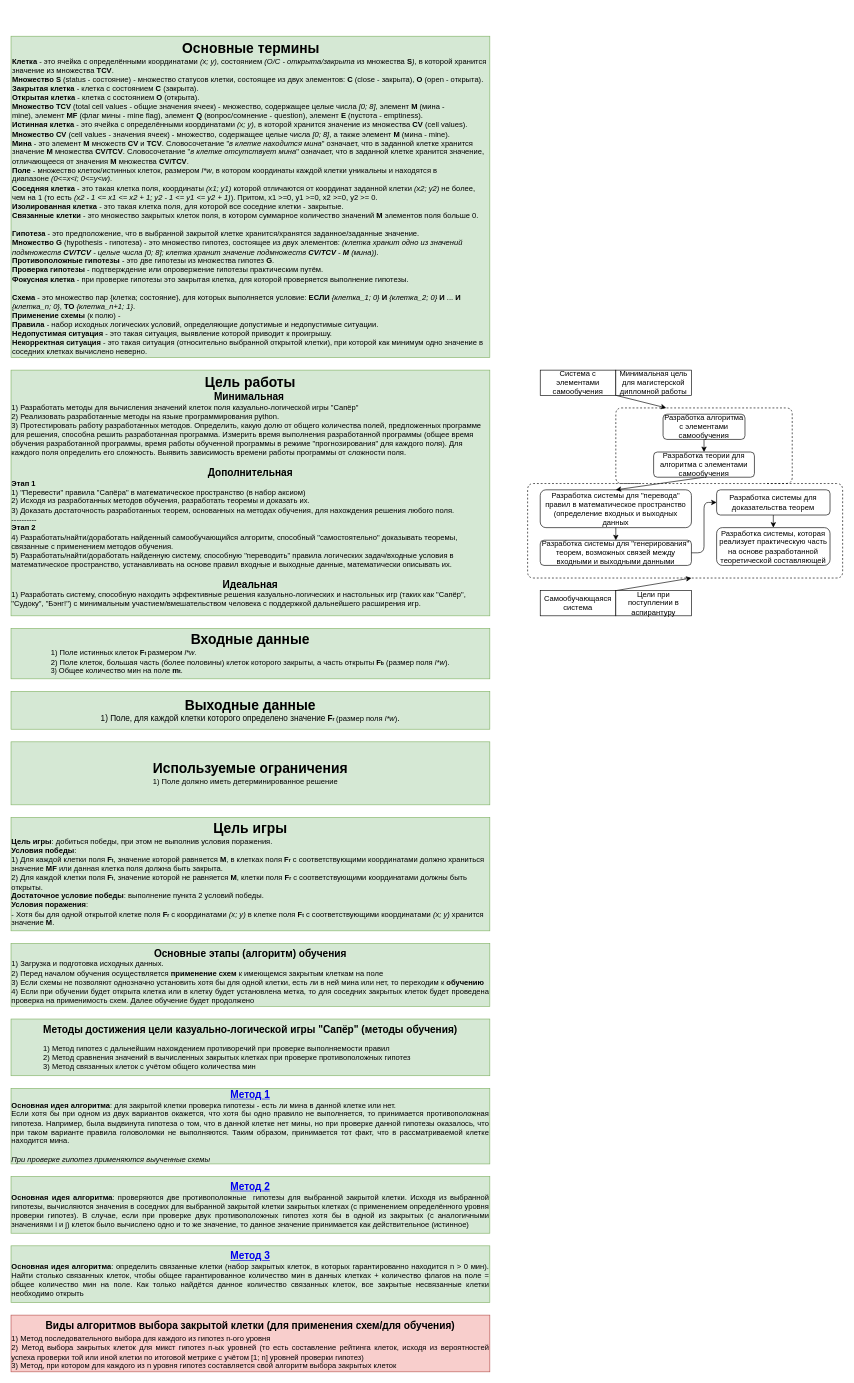
Earlier version of the draw.io diagram page "Основные данные" (2 of 13) of docs/Сапёр. Описание работы.drawio (xex238/Diploma_2022). Source tidied: cells renumbered, new cells numbered last; positions are measured from the earlier drawing's top-left corner, leaving out a move shared by most shapes. Both pictures are drawn from the tidied source at 63%, with x=0, y=0 at pixel (11, 36).
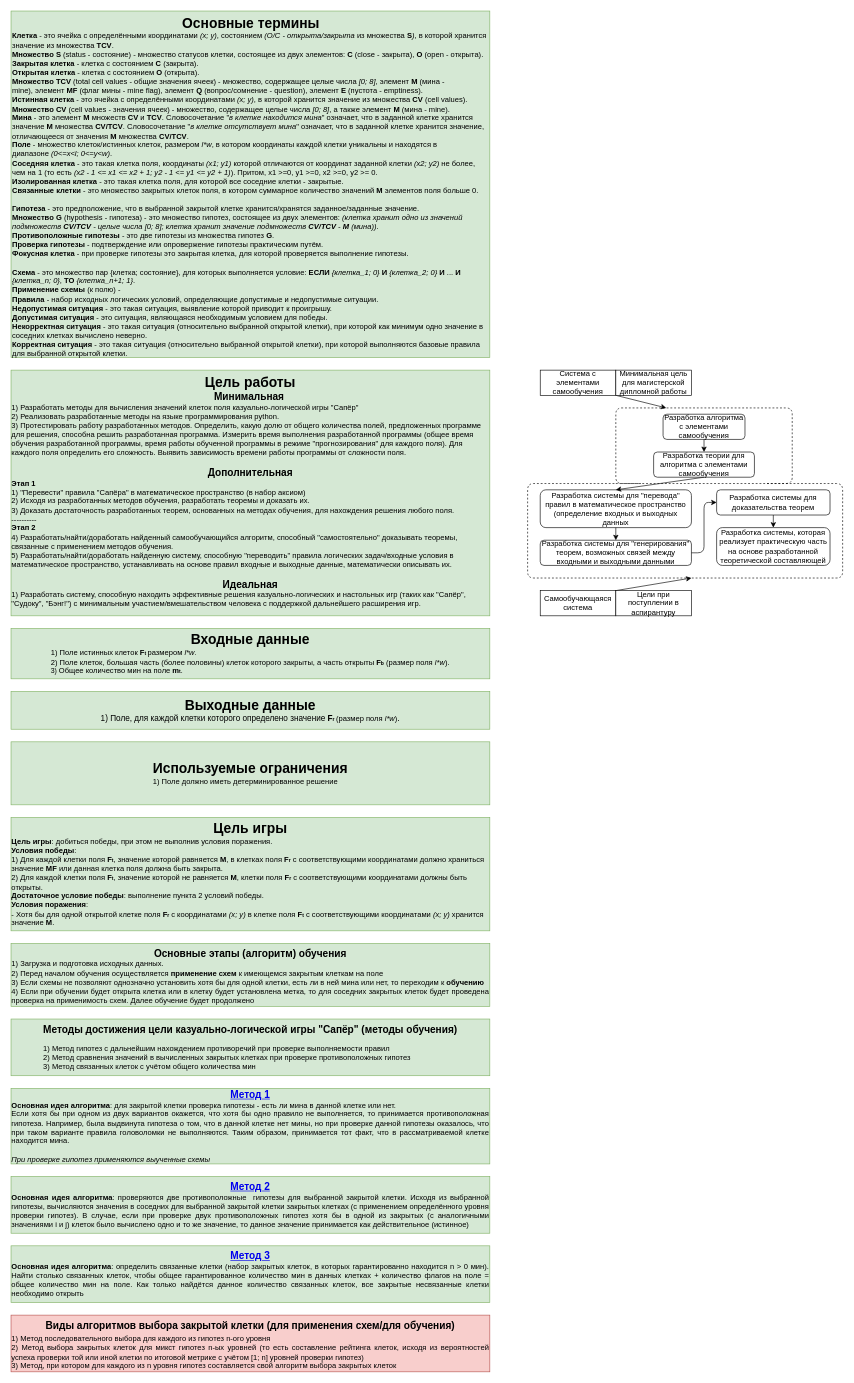
The same page after the edit.

Commit message (it also covers changes not shown here):
Обновлены тезисы. Добавлены небольшие корректировки в drawio файл

Change to the diagram source:
```diff
@@
-    <mxCell id="2" value="&lt;div style=&quot;text-align: center&quot;&gt;&lt;span&gt;&lt;font style=&quot;font-size: 22px&quot;&gt;&lt;b&gt;Основные термины&lt;/b&gt;&lt;/font&gt;&lt;/span&gt;&lt;/div&gt;&lt;b&gt;Клетка&lt;/b&gt;&amp;nbsp;- это ячейка с определёнными координатами &lt;i&gt;(x; y)&lt;/i&gt;, состоянием &lt;i&gt;(O/C - открыта/закрыта &lt;/i&gt;из множества &lt;b&gt;S&lt;/b&gt;&lt;i&gt;)&lt;/i&gt;, в которой хранится значение из множества &lt;b&gt;TCV&lt;/b&gt;.&lt;br&gt;&lt;b&gt;Множество S&lt;/b&gt;&amp;nbsp;(status - состояние) - множество статусов клетки, состоящее из двух элементов:&amp;nbsp;&lt;b&gt;C&lt;/b&gt;&amp;nbsp;(close - закрыта),&amp;nbsp;&lt;b&gt;O&lt;/b&gt;&amp;nbsp;(open - открыта).&lt;br&gt;&lt;b&gt;Закрытая клетка&lt;/b&gt;&amp;nbsp;- клетка с состоянием&amp;nbsp;&lt;b&gt;C&lt;/b&gt;&amp;nbsp;(закрыта).&lt;br&gt;&lt;b&gt;Открытая клетка&lt;/b&gt;&amp;nbsp;- клетка с состоянием&amp;nbsp;&lt;b&gt;O&lt;/b&gt;&amp;nbsp;(открыта).&lt;br&gt;&lt;b&gt;Множество TCV&amp;nbsp;&lt;/b&gt;(total cell values - общие значения ячеек)&amp;nbsp;- множество, содержащее целые числа&amp;nbsp;&lt;i&gt;[0; 8]&lt;/i&gt;, элемент &lt;b&gt;M&lt;/b&gt;&amp;nbsp;(мина - mine),&amp;nbsp;элемент &lt;b&gt;MF&lt;/b&gt; (флаг мины - mine flag), элемент &lt;b&gt;Q&lt;/b&gt; (вопрос/сомнение - question), элемент &lt;b&gt;E&lt;/b&gt; (пустота - emptiness).&lt;br&gt;&lt;b&gt;Истинная клетка&lt;/b&gt; - это ячейка с определёнными координатами&amp;nbsp;&lt;i&gt;(x; y)&lt;/i&gt;, в которой хранится значение из множества&amp;nbsp;&lt;b&gt;CV&amp;nbsp;&lt;/b&gt;(cell values).&lt;br&gt;&lt;b&gt;Множество CV&lt;/b&gt;&amp;nbsp;(cell values - значения ячеек)&amp;nbsp;- множество, содержащее целые числа &lt;i&gt;[0; 8]&lt;/i&gt;, а также элемент &lt;b&gt;M&lt;/b&gt; (мина - mine).&lt;br&gt;&lt;b&gt;Мина&lt;/b&gt; - это элемент &lt;b&gt;M&lt;/b&gt; множеств&amp;nbsp;&lt;b&gt;СV &lt;/b&gt;и&lt;b&gt; TCV&lt;/b&gt;. Словосочетание &quot;&lt;i&gt;в клетке находится мина&lt;/i&gt;&quot; означает, что в заданной клетке хранится значение &lt;b&gt;M&lt;/b&gt; множества &lt;b&gt;СV/TCV&lt;/b&gt;. Словосочетание &quot;&lt;i&gt;в клетке отсутствует мина&lt;/i&gt;&quot; означает, что в заданной клетке хранится значение, отличающееся от значения &lt;b&gt;M&lt;/b&gt; множества &lt;b&gt;СV/TCV&lt;/b&gt;.&lt;br&gt;&lt;b&gt;Поле&lt;/b&gt;&amp;nbsp;- множество клеток/истинных клеток, размером &lt;i&gt;l*w&lt;/i&gt;, в котором координаты каждой клетки уникальны и находятся в диапазоне&amp;nbsp;&lt;i&gt;(0&amp;lt;=x&amp;lt;l; 0&amp;lt;=y&amp;lt;w)&lt;/i&gt;.&lt;br&gt;&lt;b&gt;Соседняя клетка&lt;/b&gt;&amp;nbsp;- это такая клетка поля, координаты &lt;i&gt;(x1; y1)&lt;/i&gt; которой отличаются от координат заданной клетки &lt;i&gt;(x2; y2)&lt;/i&gt; не более, чем на 1 (то есть &lt;i&gt;(x2 - 1 &amp;lt;= x1 &amp;lt;= x2 + 1; y2 - 1 &amp;lt;= y1 &amp;lt;= y2 + 1)&lt;/i&gt;). Притом, x1 &amp;gt;=0, y1 &amp;gt;=0, x2 &amp;gt;=0, y2 &amp;gt;= 0.&lt;br&gt;&lt;b&gt;Изолированная клетка&lt;/b&gt;&amp;nbsp;- это такая клетка поля, для которой все соседние клетки - закрытые.&lt;br&gt;&lt;b&gt;Связанные клетки&lt;/b&gt;&amp;nbsp;- это множество закрытых клеток поля, в котором суммарное количество значений&amp;nbsp;&lt;b&gt;M&lt;/b&gt;&amp;nbsp;элементов поля больше 0.&lt;br&gt;&lt;b&gt;&lt;br&gt;Гипотеза &lt;/b&gt;- это предположение, что в выбранной закрытой клетке хранится/хранятся заданное/заданные значение.&lt;br&gt;&lt;b&gt;Множество G &lt;/b&gt;(hypothesis - гипотеза)&lt;b&gt;&amp;nbsp;&lt;/b&gt;- это множество гипотез, состоящее из двух элементов: &lt;i&gt;(клетка хранит одно из значений подмножеств&amp;nbsp;&lt;b&gt;СV/TCV&lt;/b&gt; - целые числа [0; 8]; клетка хранит значение подмножеств&amp;nbsp;&lt;b&gt;СV/TCV&lt;/b&gt; - &lt;b&gt;M&lt;/b&gt; (мина))&lt;/i&gt;.&lt;br&gt;&lt;b&gt;Противоположные гипотезы&lt;/b&gt;&amp;nbsp;- это две гипотезы из множества гипотез&amp;nbsp;&lt;b&gt;G&lt;/b&gt;.&lt;br&gt;&lt;b&gt;Проверка гипотезы&lt;/b&gt; - подтверждение или опровержение гипотезы практическим путём.&lt;br&gt;&lt;b&gt;Фокусная клетка&amp;nbsp;&lt;/b&gt;- при проверке гипотезы это закрытая клетка, для которой проверяется выполнение гипотезы.&lt;br&gt;&lt;br&gt;&lt;b&gt;Схема&lt;/b&gt;&amp;nbsp;- это множество пар {клетка; состояние}, для которых выполняется условие: &lt;b&gt;ЕСЛИ&lt;/b&gt; &lt;i&gt;{клетка_1; 0}&lt;/i&gt; &lt;b&gt;И&lt;/b&gt; &lt;i&gt;{клетка_2; 0}&lt;/i&gt; &lt;b&gt;И&lt;/b&gt; ... &lt;b&gt;И&lt;/b&gt; &lt;i&gt;{клетка_n; 0}&lt;/i&gt;, &lt;b&gt;ТО&lt;/b&gt; &lt;i&gt;{клетка_n+1; 1}&lt;/i&gt;.&lt;br&gt;&lt;b&gt;Применение схемы&lt;/b&gt; (к полю) -&amp;nbsp;&lt;br&gt;&lt;b&gt;Правила&lt;/b&gt; - набор исходных логических условий, определяющие допустимые и недопустимые ситуации.&lt;br&gt;&lt;b&gt;Недопустимая ситуация&lt;/b&gt; - это такая ситуация, выявление которой приводит к проигрышу.&lt;br&gt;&lt;b&gt;Некорректная ситуация&lt;/b&gt; - это такая ситуация (относительно выбранной открытой клетки), при которой как минимум одно значение в соседних клетках вычислено неверно." style="text;html=1;align=left;verticalAlign=top;whiteSpace=wrap;rounded=0;fillColor=#d5e8d4;strokeColor=#82b366;" parent="1" vertex="1">
-      <mxGeometry width="760" height="510" as="geometry" />
+    <mxCell id="2" value="&lt;div style=&quot;text-align: center&quot;&gt;&lt;span&gt;&lt;font style=&quot;font-size: 22px&quot;&gt;&lt;b&gt;Основные термины&lt;/b&gt;&lt;/font&gt;&lt;/span&gt;&lt;/div&gt;&lt;b&gt;Клетка&lt;/b&gt;&amp;nbsp;- это ячейка с определёнными координатами &lt;i&gt;(x; y)&lt;/i&gt;, состоянием &lt;i&gt;(O/C - открыта/закрыта &lt;/i&gt;из множества &lt;b&gt;S&lt;/b&gt;&lt;i&gt;)&lt;/i&gt;, в которой хранится значение из множества &lt;b&gt;TCV&lt;/b&gt;.&lt;br&gt;&lt;b&gt;Множество S&lt;/b&gt;&amp;nbsp;(status - состояние) - множество статусов клетки, состоящее из двух элементов:&amp;nbsp;&lt;b&gt;C&lt;/b&gt;&amp;nbsp;(close - закрыта),&amp;nbsp;&lt;b&gt;O&lt;/b&gt;&amp;nbsp;(open - открыта).&lt;br&gt;&lt;b&gt;Закрытая клетка&lt;/b&gt;&amp;nbsp;- клетка с состоянием&amp;nbsp;&lt;b&gt;C&lt;/b&gt;&amp;nbsp;(закрыта).&lt;br&gt;&lt;b&gt;Открытая клетка&lt;/b&gt;&amp;nbsp;- клетка с состоянием&amp;nbsp;&lt;b&gt;O&lt;/b&gt;&amp;nbsp;(открыта).&lt;br&gt;&lt;b&gt;Множество TCV&amp;nbsp;&lt;/b&gt;(total cell values - общие значения ячеек)&amp;nbsp;- множество, содержащее целые числа&amp;nbsp;&lt;i&gt;[0; 8]&lt;/i&gt;, элемент &lt;b&gt;M&lt;/b&gt;&amp;nbsp;(мина - mine),&amp;nbsp;элемент &lt;b&gt;MF&lt;/b&gt; (флаг мины - mine flag), элемент &lt;b&gt;Q&lt;/b&gt; (вопрос/сомнение - question), элемент &lt;b&gt;E&lt;/b&gt; (пустота - emptiness).&lt;br&gt;&lt;b&gt;Истинная клетка&lt;/b&gt; - это ячейка с определёнными координатами&amp;nbsp;&lt;i&gt;(x; y)&lt;/i&gt;, в которой хранится значение из множества&amp;nbsp;&lt;b&gt;CV&amp;nbsp;&lt;/b&gt;(cell values).&lt;br&gt;&lt;b&gt;Множество CV&lt;/b&gt;&amp;nbsp;(cell values - значения ячеек)&amp;nbsp;- множество, содержащее целые числа &lt;i&gt;[0; 8]&lt;/i&gt;, а также элемент &lt;b&gt;M&lt;/b&gt; (мина - mine).&lt;br&gt;&lt;b&gt;Мина&lt;/b&gt; - это элемент &lt;b&gt;M&lt;/b&gt; множеств&amp;nbsp;&lt;b&gt;СV &lt;/b&gt;и&lt;b&gt; TCV&lt;/b&gt;. Словосочетание &quot;&lt;i&gt;в клетке находится мина&lt;/i&gt;&quot; означает, что в заданной клетке хранится значение &lt;b&gt;M&lt;/b&gt; множества &lt;b&gt;СV/TCV&lt;/b&gt;. Словосочетание &quot;&lt;i&gt;в клетке отсутствует мина&lt;/i&gt;&quot; означает, что в заданной клетке хранится значение, отличающееся от значения &lt;b&gt;M&lt;/b&gt; множества &lt;b&gt;СV/TCV&lt;/b&gt;.&lt;br&gt;&lt;b&gt;Поле&lt;/b&gt;&amp;nbsp;- множество клеток/истинных клеток, размером &lt;i&gt;l*w&lt;/i&gt;, в котором координаты каждой клетки уникальны и находятся в диапазоне&amp;nbsp;&lt;i&gt;(0&amp;lt;=x&amp;lt;l; 0&amp;lt;=y&amp;lt;w)&lt;/i&gt;.&lt;br&gt;&lt;b&gt;Соседняя клетка&lt;/b&gt;&amp;nbsp;- это такая клетка поля, координаты &lt;i&gt;(x1; y1)&lt;/i&gt; которой отличаются от координат заданной клетки &lt;i&gt;(x2; y2)&lt;/i&gt; не более, чем на 1 (то есть &lt;i&gt;(x2 - 1 &amp;lt;= x1 &amp;lt;= x2 + 1; y2 - 1 &amp;lt;= y1 &amp;lt;= y2 + 1)&lt;/i&gt;). Притом, x1 &amp;gt;=0, y1 &amp;gt;=0, x2 &amp;gt;=0, y2 &amp;gt;= 0.&lt;br&gt;&lt;b&gt;Изолированная клетка&lt;/b&gt;&amp;nbsp;- это такая клетка поля, для которой все соседние клетки - закрытые.&lt;br&gt;&lt;b&gt;Связанные клетки&lt;/b&gt;&amp;nbsp;- это множество закрытых клеток поля, в котором суммарное количество значений&amp;nbsp;&lt;b&gt;M&lt;/b&gt;&amp;nbsp;элементов поля больше 0.&lt;br&gt;&lt;b&gt;&lt;br&gt;Гипотеза &lt;/b&gt;- это предположение, что в выбранной закрытой клетке хранится/хранятся заданное/заданные значение.&lt;br&gt;&lt;b&gt;Множество G &lt;/b&gt;(hypothesis - гипотеза)&lt;b&gt;&amp;nbsp;&lt;/b&gt;- это множество гипотез, состоящее из двух элементов: &lt;i&gt;(клетка хранит одно из значений подмножеств&amp;nbsp;&lt;b&gt;СV/TCV&lt;/b&gt; - целые числа [0; 8]; клетка хранит значение подмножеств&amp;nbsp;&lt;b&gt;СV/TCV&lt;/b&gt; - &lt;b&gt;M&lt;/b&gt; (мина))&lt;/i&gt;.&lt;br&gt;&lt;b&gt;Противоположные гипотезы&lt;/b&gt;&amp;nbsp;- это две гипотезы из множества гипотез&amp;nbsp;&lt;b&gt;G&lt;/b&gt;.&lt;br&gt;&lt;b&gt;Проверка гипотезы&lt;/b&gt; - подтверждение или опровержение гипотезы практическим путём.&lt;br&gt;&lt;b&gt;Фокусная клетка&amp;nbsp;&lt;/b&gt;- при проверке гипотезы это закрытая клетка, для которой проверяется выполнение гипотезы.&lt;br&gt;&lt;br&gt;&lt;b&gt;Схема&lt;/b&gt;&amp;nbsp;- это множество пар {клетка; состояние}, для которых выполняется условие: &lt;b&gt;ЕСЛИ&lt;/b&gt; &lt;i&gt;{клетка_1; 0}&lt;/i&gt; &lt;b&gt;И&lt;/b&gt; &lt;i&gt;{клетка_2; 0}&lt;/i&gt; &lt;b&gt;И&lt;/b&gt; ... &lt;b&gt;И&lt;/b&gt; &lt;i&gt;{клетка_n; 0}&lt;/i&gt;, &lt;b&gt;ТО&lt;/b&gt; &lt;i&gt;{клетка_n+1; 1}&lt;/i&gt;.&lt;br&gt;&lt;b&gt;Применение схемы&lt;/b&gt; (к полю) -&amp;nbsp;&lt;br&gt;&lt;b&gt;Правила&lt;/b&gt; - набор исходных логических условий, определяющие допустимые и недопустимые ситуации.&lt;br&gt;&lt;b&gt;Недопустимая ситуация&lt;/b&gt; - это такая ситуация, выявление которой приводит к проигрышу.&lt;br&gt;&lt;b&gt;Допустимая ситуация&lt;/b&gt; - это ситуация, являющаяся необходимым условием для победы.&lt;br&gt;&lt;b&gt;Некорректная ситуация&lt;/b&gt; - это такая ситуация (относительно выбранной открытой клетки), при которой как минимум одно значение в соседних клетках вычислено неверно.&lt;br&gt;&lt;b&gt;Корректная ситуация&lt;/b&gt; - это такая ситуация (относительно выбранной открытой клетки), при которой выполняются базовые правила для выбранной открытой клетки." style="text;html=1;align=left;verticalAlign=top;whiteSpace=wrap;rounded=0;fillColor=#d5e8d4;strokeColor=#82b366;" parent="1" vertex="1">
+      <mxGeometry y="-40" width="760" height="550" as="geometry" />
     </mxCell>
```
